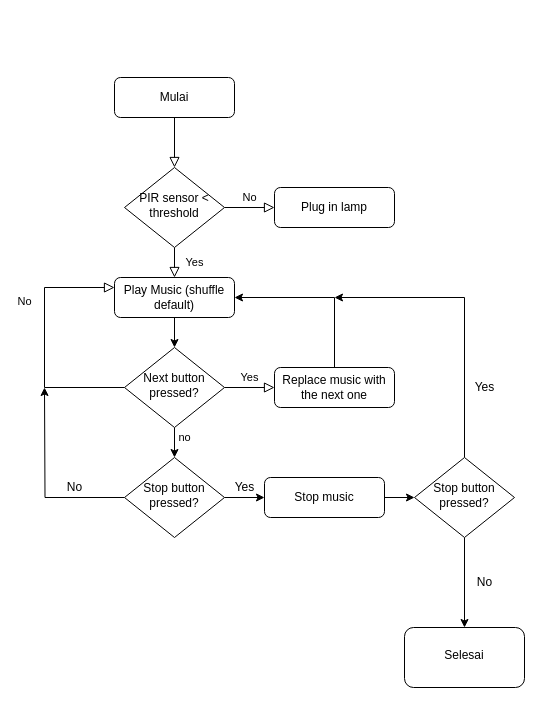
This is Flowchart LTKA.drawio from nokur15/nokur.icha, a draw.io file, before an edit. Source tidied: cells renumbered, new cells numbered last; positions are measured from the earlier drawing's top-left corner, leaving out a move shared by most shapes. Both pictures are drawn from the tidied source at 100%, with x=0, y=0 at pixel (44, 77).
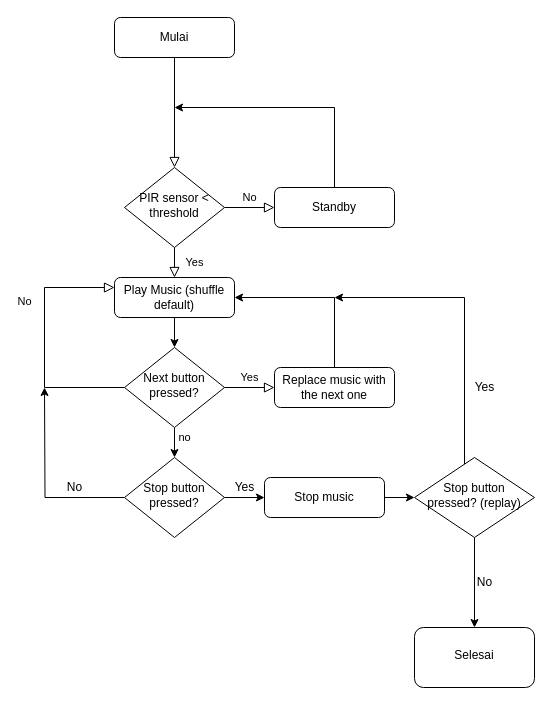
After the change.

Change to the diagram source:
```diff
@@
     <mxCell id="3" value="Mulai" style="rounded=1;whiteSpace=wrap;html=1;fontSize=12;glass=0;strokeWidth=1;shadow=0;" parent="1" vertex="1">
-      <mxGeometry x="70" width="120" height="40" as="geometry" />
+      <mxGeometry x="70" y="-60" width="120" height="40" as="geometry" />
     </mxCell>
@@
+    <mxCell id="29" style="edgeStyle=orthogonalEdgeStyle;rounded=0;jettySize=auto;html=1;" parent="1" edge="1" source="7">
+      <mxGeometry relative="1" as="geometry">
+        <mxPoint x="130" y="30" as="targetPoint" />
+        <Array as="points">
+          <mxPoint x="290" y="30" />
+        </Array>
+      </mxGeometry>
+    </mxCell>
-    <mxCell id="7" value="Plug in lamp" style="rounded=1;whiteSpace=wrap;html=1;fontSize=12;glass=0;strokeWidth=1;shadow=0;" parent="1" vertex="1">
+    <mxCell id="7" value="Standby" style="rounded=1;whiteSpace=wrap;html=1;fontSize=12;glass=0;strokeWidth=1;shadow=0;" parent="1" vertex="1">
       <mxGeometry x="230" y="110" width="120" height="40" as="geometry" />
     </mxCell>
@@
-    <mxCell id="25" value="Stop button pressed?" style="rhombus;whiteSpace=wrap;html=1;shadow=0;fontFamily=Helvetica;fontSize=12;align=center;strokeWidth=1;spacing=6;spacingTop=-4;" parent="1" vertex="1">
-      <mxGeometry x="370" y="380" width="100" height="80" as="geometry" />
+    <mxCell id="25" value="Stop button pressed? (replay)" style="rhombus;whiteSpace=wrap;html=1;shadow=0;fontFamily=Helvetica;fontSize=12;align=center;strokeWidth=1;spacing=6;spacingTop=-4;" parent="1" vertex="1">
+      <mxGeometry x="370" y="380" width="120" height="80" as="geometry" />
     </mxCell>
@@
     <mxCell id="27" value="Selesai" style="whiteSpace=wrap;html=1;shadow=0;strokeWidth=1;spacing=6;spacingTop=-4;rounded=1;" parent="1" vertex="1">
-      <mxGeometry x="360" y="550" width="120" height="60" as="geometry" />
+      <mxGeometry x="370" y="550" width="120" height="60" as="geometry" />
     </mxCell>
```
